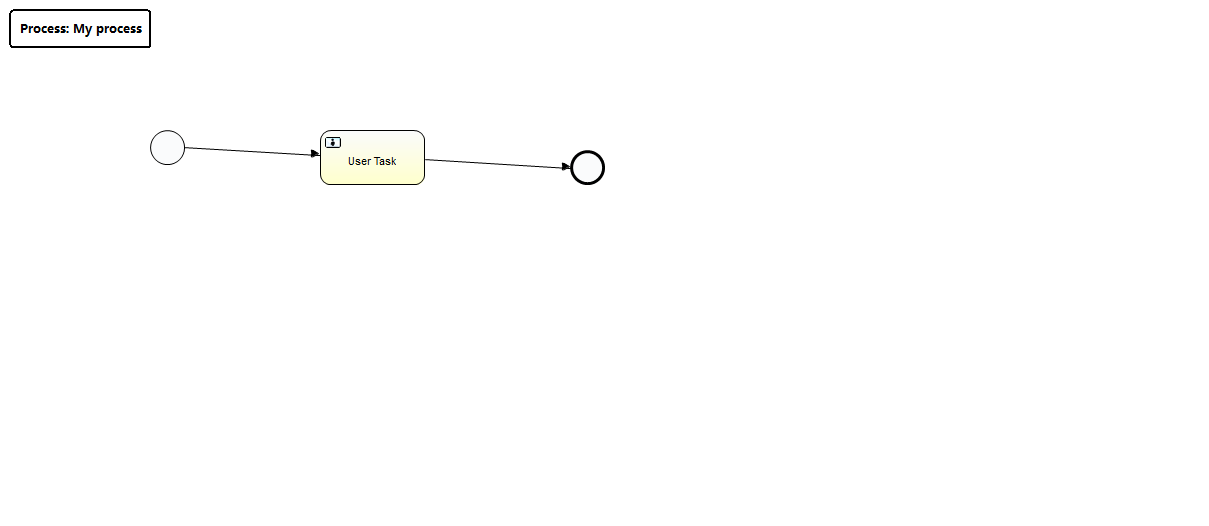
Before: src/main/resources/processes/MyProcess.png, a diagram exported from BPMN (92wangzq/weiwen). Its source is kept beside it as src/main/resources/processes/MyProcess.bpmn. Ids are renumbered. The source it was exported from:
```xml
<definitions xmlns="http://www.omg.org/spec/BPMN/20100524/MODEL" xmlns:xsi="http://www.w3.org/2001/XMLSchema-instance" xmlns:xsd="http://www.w3.org/2001/XMLSchema" xmlns:activiti="http://activiti.org/bpmn" xmlns:bpmndi="http://www.omg.org/spec/BPMN/20100524/DI" xmlns:omgdc="http://www.omg.org/spec/DD/20100524/DC" xmlns:omgdi="http://www.omg.org/spec/DD/20100524/DI" typeLanguage="http://www.w3.org/2001/XMLSchema" expressionLanguage="http://www.w3.org/1999/XPath" targetNamespace="http://www.activiti.org/test">
  <process id="myProcess" name="My process" isExecutable="true">
    <startEvent id="startevent1" name="Start"></startEvent>
    <userTask id="usertask1" name="User Task"></userTask>
    <endEvent id="endevent1" name="End"></endEvent>
    <sequenceFlow id="flow1" sourceRef="startevent1" targetRef="usertask1"></sequenceFlow>
    <sequenceFlow id="flow2" sourceRef="usertask1" targetRef="endevent1"></sequenceFlow>
  </process>
  <bpmndi:BPMNDiagram id="BPMNDiagram_myProcess">
    <bpmndi:BPMNPlane bpmnElement="myProcess" id="BPMNPlane_myProcess">
      <bpmndi:BPMNShape bpmnElement="startevent1" id="BPMNShape_startevent1">
        <omgdc:Bounds height="35.0" width="35.0" x="150.0" y="130.0"></omgdc:Bounds>
      </bpmndi:BPMNShape>
      <bpmndi:BPMNShape bpmnElement="usertask1" id="BPMNShape_usertask1">
        <omgdc:Bounds height="55.0" width="105.0" x="320.0" y="130.0"></omgdc:Bounds>
      </bpmndi:BPMNShape>
      <bpmndi:BPMNShape bpmnElement="endevent1" id="BPMNShape_endevent1">
        <omgdc:Bounds height="35.0" width="35.0" x="570.0" y="150.0"></omgdc:Bounds>
      </bpmndi:BPMNShape>
      <bpmndi:BPMNEdge bpmnElement="flow1" id="BPMNEdge_flow1">
        <omgdi:waypoint x="185.0" y="147.0"></omgdi:waypoint>
        <omgdi:waypoint x="320.0" y="157.0"></omgdi:waypoint>
      </bpmndi:BPMNEdge>
      <bpmndi:BPMNEdge bpmnElement="flow2" id="BPMNEdge_flow2">
        <omgdi:waypoint x="425.0" y="157.0"></omgdi:waypoint>
        <omgdi:waypoint x="570.0" y="167.0"></omgdi:waypoint>
      </bpmndi:BPMNEdge>
    </bpmndi:BPMNPlane>
  </bpmndi:BPMNDiagram>
</definitions>
```
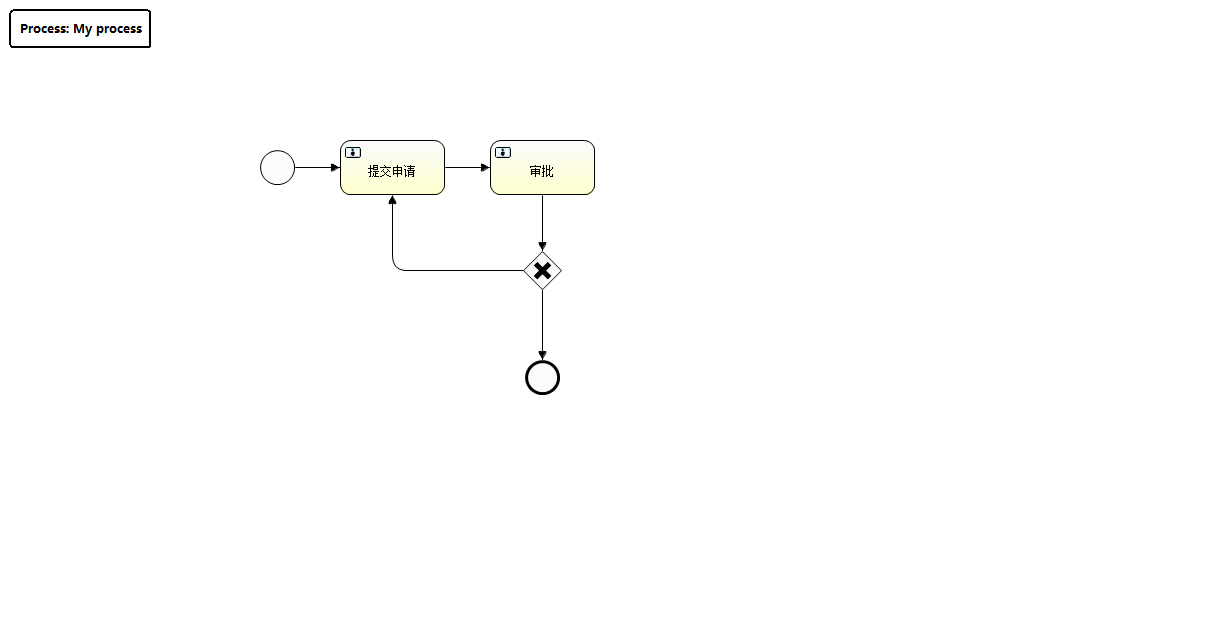
The same diagram one commit later.

Change to the diagram source:
```diff
@@ -1,29 +1,40 @@
 <definitions xmlns="http://www.omg.org/spec/BPMN/20100524/MODEL" xmlns:xsi="http://www.w3.org/2001/XMLSchema-instance" xmlns:xsd="http://www.w3.org/2001/XMLSchema" xmlns:activiti="http://activiti.org/bpmn" xmlns:bpmndi="http://www.omg.org/spec/BPMN/20100524/DI" xmlns:omgdc="http://www.omg.org/spec/DD/20100524/DC" xmlns:omgdi="http://www.omg.org/spec/DD/20100524/DI" typeLanguage="http://www.w3.org/2001/XMLSchema" expressionLanguage="http://www.w3.org/1999/XPath" targetNamespace="http://www.activiti.org/test">
   <process id="myProcess" name="My process" isExecutable="true">
     <startEvent id="startevent1" name="Start"></startEvent>
-    <userTask id="usertask1" name="User Task"></userTask>
+    <userTask id="usertask1" name="提交申请"></userTask>
+    <sequenceFlow id="flow1" sourceRef="startevent1" targetRef="提交申请"></sequenceFlow>
+    <userTask id="usertask2" name="审批"></userTask>
+    <sequenceFlow id="flow2" sourceRef="提交申请" targetRef="usertask2"></sequenceFlow>
+    <exclusiveGateway id="exclusivegateway1" name="Exclusive Gateway"></exclusiveGateway>
+    <sequenceFlow id="flow3" sourceRef="usertask2" targetRef="exclusivegateway1"></sequenceFlow>
     <endEvent id="endevent1" name="End"></endEvent>
-    <sequenceFlow id="flow1" sourceRef="startevent1" targetRef="usertask1"></sequenceFlow>
-    <sequenceFlow id="flow2" sourceRef="usertask1" targetRef="endevent1"></sequenceFlow>
+    <sequenceFlow id="flow4" sourceRef="exclusivegateway1" targetRef="endevent1"></sequenceFlow>
+    <sequenceFlow id="flow5" sourceRef="exclusivegateway1" targetRef="提交申请"></sequenceFlow>
   </process>
   <bpmndi:BPMNDiagram id="BPMNDiagram_myProcess">
     <bpmndi:BPMNPlane bpmnElement="myProcess" id="BPMNPlane_myProcess">
       <bpmndi:BPMNShape bpmnElement="startevent1" id="BPMNShape_startevent1">
-        <omgdc:Bounds height="35.0" width="35.0" x="150.0" y="130.0"></omgdc:Bounds>
+        <omgdc:Bounds height="35.0" width="35.0" x="260.0" y="150.0"></omgdc:Bounds>
       </bpmndi:BPMNShape>
       <bpmndi:BPMNShape bpmnElement="usertask1" id="BPMNShape_usertask1">
-        <omgdc:Bounds height="55.0" width="105.0" x="320.0" y="130.0"></omgdc:Bounds>
+        <omgdc:Bounds height="55.0" width="105.0" x="340.0" y="140.0"></omgdc:Bounds>
+      </bpmndi:BPMNShape>
+      <bpmndi:BPMNShape bpmnElement="usertask2" id="BPMNShape_usertask2">
+        <omgdc:Bounds height="55.0" width="105.0" x="490.0" y="140.0"></omgdc:Bounds>
+      </bpmndi:BPMNShape>
+      <bpmndi:BPMNShape bpmnElement="exclusivegateway1" id="BPMNShape_exclusivegateway1">
+        <omgdc:Bounds height="40.0" width="40.0" x="522.0" y="250.0"></omgdc:Bounds>
       </bpmndi:BPMNShape>
       <bpmndi:BPMNShape bpmnElement="endevent1" id="BPMNShape_endevent1">
-        <omgdc:Bounds height="35.0" width="35.0" x="570.0" y="150.0"></omgdc:Bounds>
+        <omgdc:Bounds height="35.0" width="35.0" x="525.0" y="360.0"></omgdc:Bounds>
       </bpmndi:BPMNShape>
-      <bpmndi:BPMNEdge bpmnElement="flow1" id="BPMNEdge_flow1">
-        <omgdi:waypoint x="185.0" y="147.0"></omgdi:waypoint>
-        <omgdi:waypoint x="320.0" y="157.0"></omgdi:waypoint>
+      <bpmndi:BPMNEdge bpmnElement="flow3" id="BPMNEdge_flow3">
+        <omgdi:waypoint x="542.0" y="195.0"></omgdi:waypoint>
+        <omgdi:waypoint x="542.0" y="250.0"></omgdi:waypoint>
       </bpmndi:BPMNEdge>
-      <bpmndi:BPMNEdge bpmnElement="flow2" id="BPMNEdge_flow2">
-        <omgdi:waypoint x="425.0" y="157.0"></omgdi:waypoint>
-        <omgdi:waypoint x="570.0" y="167.0"></omgdi:waypoint>
+      <bpmndi:BPMNEdge bpmnElement="flow4" id="BPMNEdge_flow4">
+        <omgdi:waypoint x="542.0" y="290.0"></omgdi:waypoint>
+        <omgdi:waypoint x="542.0" y="360.0"></omgdi:waypoint>
       </bpmndi:BPMNEdge>
     </bpmndi:BPMNPlane>
   </bpmndi:BPMNDiagram>
```
